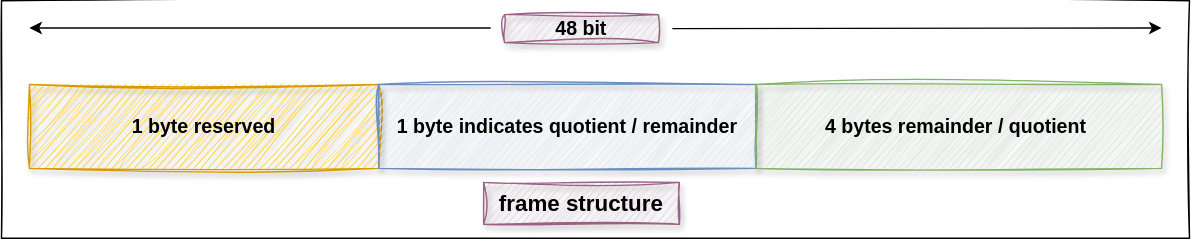
This is images/output_data_frame_structure.svg from vicharak-in/divider_core, a draw.io export, as it was before one commit. Source tidied: cells renumbered, new cells last; positions are measured from the earlier drawing's top-left corner, leaving out a move shared by most shapes. The source it was exported from:
```xml
<mxGraphModel>
  <root>
    <mxCell id="0" />
    <mxCell id="1" parent="0" />
    <mxCell id="2" value="&lt;div&gt;&lt;br&gt;&lt;/div&gt;" style="rounded=0;whiteSpace=wrap;html=1;fontSize=16;fontStyle=1;fillStyle=solid;sketch=1;curveFitting=1;jiggle=2;" parent="1" vertex="1">
      <mxGeometry width="850" height="170" as="geometry" />
    </mxCell>
    <mxCell id="3" value="1 byte reserved" style="rounded=0;whiteSpace=wrap;html=1;fillColor=#ffcd28;strokeColor=#d79b00;fontSize=14;fontStyle=1;align=center;sketch=1;curveFitting=1;jiggle=2;gradientColor=none;shadow=1;" parent="1" vertex="1">
      <mxGeometry x="20" y="60" width="250" height="60" as="geometry" />
    </mxCell>
    <mxCell id="4" value="1 byte indicates quotient / remainder" style="rounded=0;whiteSpace=wrap;html=1;fillColor=#dae8fc;strokeColor=#6c8ebf;fontSize=14;fontStyle=1;sketch=1;curveFitting=1;jiggle=2;glass=0;shadow=1;gradientColor=none;" parent="1" vertex="1">
      <mxGeometry x="270" y="60" width="270" height="60" as="geometry" />
    </mxCell>
    <mxCell id="5" value="&amp;nbsp;&lt;b&gt;4 bytes remainder / quotient&amp;nbsp;&amp;nbsp;&lt;/b&gt;" style="rounded=0;whiteSpace=wrap;html=1;fontSize=14;sketch=1;curveFitting=1;jiggle=2;fillColor=#d5e8d4;strokeColor=#82b366;gradientColor=none;shadow=1;" parent="1" vertex="1">
      <mxGeometry x="540" y="60" width="290" height="60" as="geometry" />
    </mxCell>
    <mxCell id="6" style="endArrow=classic;html=1;rounded=0;strokeWidth=1;" parent="1" edge="1">
      <mxGeometry relative="1" as="geometry">
        <mxPoint x="480" y="20" as="sourcePoint" />
        <mxPoint x="830" y="19.5" as="targetPoint" />
        <Array as="points">
          <mxPoint x="830" y="19.5" />
        </Array>
      </mxGeometry>
    </mxCell>
    <mxCell id="7" style="endArrow=classic;html=1;rounded=0;strokeWidth=1;" parent="1" edge="1">
      <mxGeometry relative="1" as="geometry">
        <mxPoint x="350" y="19.5" as="sourcePoint" />
        <mxPoint x="20" y="19.5" as="targetPoint" />
        <Array as="points">
          <mxPoint x="190" y="19.5" />
          <mxPoint x="20" y="19.5" />
        </Array>
      </mxGeometry>
    </mxCell>
    <mxCell id="8" value="&lt;b&gt;&lt;font style=&quot;font-size: 14px;&quot;&gt;48 bit&lt;/font&gt;&lt;/b&gt;" style="rounded=0;whiteSpace=wrap;html=1;fillColor=#e6d0de;gradientColor=none;strokeColor=#996185;sketch=1;curveFitting=1;jiggle=2;shadow=1;" parent="1" vertex="1">
      <mxGeometry x="360" y="10" width="110" height="20" as="geometry" />
    </mxCell>
    <mxCell id="9" value="frame structure" style="rounded=0;whiteSpace=wrap;html=1;fontSize=16;fontStyle=1;labelBorderColor=none;fillColor=#e6d0de;gradientColor=none;strokeColor=#996185;sketch=1;curveFitting=1;jiggle=2;shadow=1;" parent="1" vertex="1">
      <mxGeometry x="345" y="130" width="140" height="30" as="geometry" />
    </mxCell>
    <mxCell id="10" style="edgeStyle=orthogonalEdgeStyle;rounded=0;orthogonalLoop=1;jettySize=auto;html=1;exitX=0.5;exitY=1;exitDx=0;exitDy=0;" parent="1" edge="1" source="4" target="4">
      <mxGeometry relative="1" as="geometry" />
    </mxCell>
  </root>
</mxGraphModel>
```
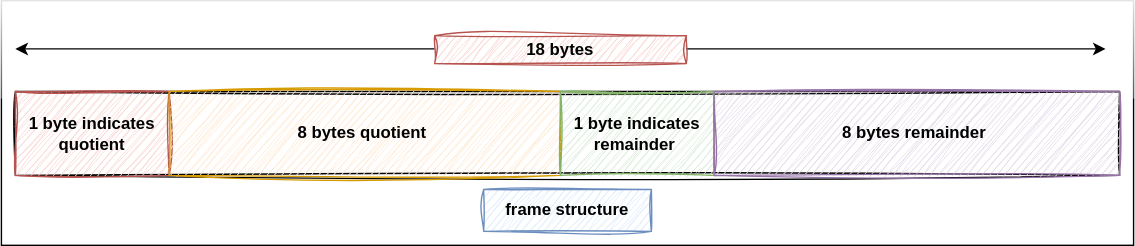
The same diagram one commit later.

Change to the diagram source:
```diff
@@ -2,45 +2,47 @@
   <root>
     <mxCell id="0" />
     <mxCell id="1" parent="0" />
-    <mxCell id="2" value="&lt;div&gt;&lt;br&gt;&lt;/div&gt;" style="rounded=0;whiteSpace=wrap;html=1;fontSize=16;fontStyle=1;fillStyle=solid;sketch=1;curveFitting=1;jiggle=2;" parent="1" vertex="1">
-      <mxGeometry width="850" height="170" as="geometry" />
-    </mxCell>
-    <mxCell id="3" value="1 byte reserved" style="rounded=0;whiteSpace=wrap;html=1;fillColor=#ffcd28;strokeColor=#d79b00;fontSize=14;fontStyle=1;align=center;sketch=1;curveFitting=1;jiggle=2;gradientColor=none;shadow=1;" parent="1" vertex="1">
-      <mxGeometry x="20" y="60" width="250" height="60" as="geometry" />
-    </mxCell>
-    <mxCell id="4" value="1 byte indicates quotient / remainder" style="rounded=0;whiteSpace=wrap;html=1;fillColor=#dae8fc;strokeColor=#6c8ebf;fontSize=14;fontStyle=1;sketch=1;curveFitting=1;jiggle=2;glass=0;shadow=1;gradientColor=none;" parent="1" vertex="1">
-      <mxGeometry x="270" y="60" width="270" height="60" as="geometry" />
-    </mxCell>
-    <mxCell id="5" value="&amp;nbsp;&lt;b&gt;4 bytes remainder / quotient&amp;nbsp;&amp;nbsp;&lt;/b&gt;" style="rounded=0;whiteSpace=wrap;html=1;fontSize=14;sketch=1;curveFitting=1;jiggle=2;fillColor=#d5e8d4;strokeColor=#82b366;gradientColor=none;shadow=1;" parent="1" vertex="1">
-      <mxGeometry x="540" y="60" width="290" height="60" as="geometry" />
-    </mxCell>
-    <mxCell id="6" style="endArrow=classic;html=1;rounded=0;strokeWidth=1;" parent="1" edge="1">
-      <mxGeometry relative="1" as="geometry">
-        <mxPoint x="480" y="20" as="sourcePoint" />
-        <mxPoint x="830" y="19.5" as="targetPoint" />
-        <Array as="points">
-          <mxPoint x="830" y="19.5" />
-        </Array>
-      </mxGeometry>
-    </mxCell>
-    <mxCell id="7" style="endArrow=classic;html=1;rounded=0;strokeWidth=1;" parent="1" edge="1">
-      <mxGeometry relative="1" as="geometry">
-        <mxPoint x="350" y="19.5" as="sourcePoint" />
-        <mxPoint x="20" y="19.5" as="targetPoint" />
-        <Array as="points">
-          <mxPoint x="190" y="19.5" />
-          <mxPoint x="20" y="19.5" />
-        </Array>
-      </mxGeometry>
-    </mxCell>
-    <mxCell id="8" value="&lt;b&gt;&lt;font style=&quot;font-size: 14px;&quot;&gt;48 bit&lt;/font&gt;&lt;/b&gt;" style="rounded=0;whiteSpace=wrap;html=1;fillColor=#e6d0de;gradientColor=none;strokeColor=#996185;sketch=1;curveFitting=1;jiggle=2;shadow=1;" parent="1" vertex="1">
-      <mxGeometry x="360" y="10" width="110" height="20" as="geometry" />
-    </mxCell>
+    <mxCell id="11" style="rounded=0;whiteSpace=wrap;html=1;glass=1;" parent="1" vertex="1">
+      <mxGeometry y="-5" width="810" height="175" as="geometry" />
+    </mxCell>
+    <mxCell id="12" style="rounded=0;whiteSpace=wrap;html=1;sketch=1;curveFitting=1;jiggle=2;" parent="1" vertex="1">
+      <mxGeometry x="10" y="60" width="790" height="60" as="geometry" />
+    </mxCell>
+    <mxCell id="13" value="1 byte indicates quotient" style="rounded=0;whiteSpace=wrap;html=1;sketch=1;curveFitting=1;jiggle=2;fillColor=#f8cecc;strokeColor=#b85450;fontStyle=1;" parent="1" vertex="1">
+      <mxGeometry x="10" y="60" width="110" height="60" as="geometry" />
+    </mxCell>
+    <mxCell id="14" value="8 bytes quotient&amp;nbsp;" style="rounded=0;whiteSpace=wrap;html=1;sketch=1;curveFitting=1;jiggle=2;fillColor=#ffe6cc;strokeColor=#d79b00;fontStyle=1;" parent="1" vertex="1">
+      <mxGeometry x="120" y="60" width="280" height="60" as="geometry" />
+    </mxCell>
+    <mxCell id="15" value="1 byte indicates remainder&amp;nbsp;" style="rounded=0;whiteSpace=wrap;html=1;sketch=1;curveFitting=1;jiggle=2;fillColor=#d5e8d4;strokeColor=#82b366;fontStyle=1;" parent="1" vertex="1">
+      <mxGeometry x="400" y="60" width="110" height="60" as="geometry" />
+    </mxCell>
+    <mxCell id="16" value="8 bytes remainder&amp;nbsp;" style="rounded=0;whiteSpace=wrap;html=1;sketch=1;curveFitting=1;jiggle=2;fillColor=#e1d5e7;strokeColor=#9673a6;fontStyle=1;" parent="1" vertex="1">
+      <mxGeometry x="510" y="60" width="290" height="60" as="geometry" />
+    </mxCell>
-    <mxCell id="9" value="frame structure" style="rounded=0;whiteSpace=wrap;html=1;fontSize=16;fontStyle=1;labelBorderColor=none;fillColor=#e6d0de;gradientColor=none;strokeColor=#996185;sketch=1;curveFitting=1;jiggle=2;shadow=1;" parent="1" vertex="1">
-      <mxGeometry x="345" y="130" width="140" height="30" as="geometry" />
+    <mxCell id="9" value="frame structure" style="rounded=0;whiteSpace=wrap;html=1;fillColor=#dae8fc;strokeColor=#6c8ebf;sketch=1;curveFitting=1;jiggle=2;fontStyle=1;" parent="1" vertex="1">
+      <mxGeometry x="345" y="130" width="120" height="30" as="geometry" />
     </mxCell>
-    <mxCell id="10" style="edgeStyle=orthogonalEdgeStyle;rounded=0;orthogonalLoop=1;jettySize=auto;html=1;exitX=0.5;exitY=1;exitDx=0;exitDy=0;" parent="1" edge="1" source="4" target="4">
-      <mxGeometry relative="1" as="geometry" />
-    </mxCell>
+    <mxCell id="17" style="endArrow=classic;html=1;rounded=0;entryX=0.592;entryY=0.2;entryDx=0;entryDy=0;entryPerimeter=0;" parent="1" edge="1">
+      <mxGeometry relative="1" as="geometry">
+        <mxPoint x="490" y="29.5" as="sourcePoint" />
+        <mxPoint x="789.9" y="29.5" as="targetPoint" />
+        <Array as="points">
+          <mxPoint x="790" y="29.5" />
+        </Array>
+      </mxGeometry>
+    </mxCell>
+    <mxCell id="18" style="endArrow=classic;html=1;rounded=0;entryX=0.592;entryY=0.2;entryDx=0;entryDy=0;entryPerimeter=0;" parent="1" edge="1">
+      <mxGeometry relative="1" as="geometry">
+        <mxPoint x="310" y="29.5" as="sourcePoint" />
+        <mxPoint x="10.1" y="29.5" as="targetPoint" />
+        <Array as="points">
+          <mxPoint x="10" y="29.5" />
+        </Array>
+      </mxGeometry>
+    </mxCell>
+    <mxCell id="19" value="&lt;b&gt;18 bytes&lt;/b&gt;" style="rounded=0;whiteSpace=wrap;html=1;sketch=1;curveFitting=1;jiggle=2;fillColor=#f8cecc;strokeColor=#b85450;" parent="1" vertex="1">
+      <mxGeometry x="310" y="20" width="180" height="20" as="geometry" />
+    </mxCell>
   </root>
 </mxGraphModel>
```
